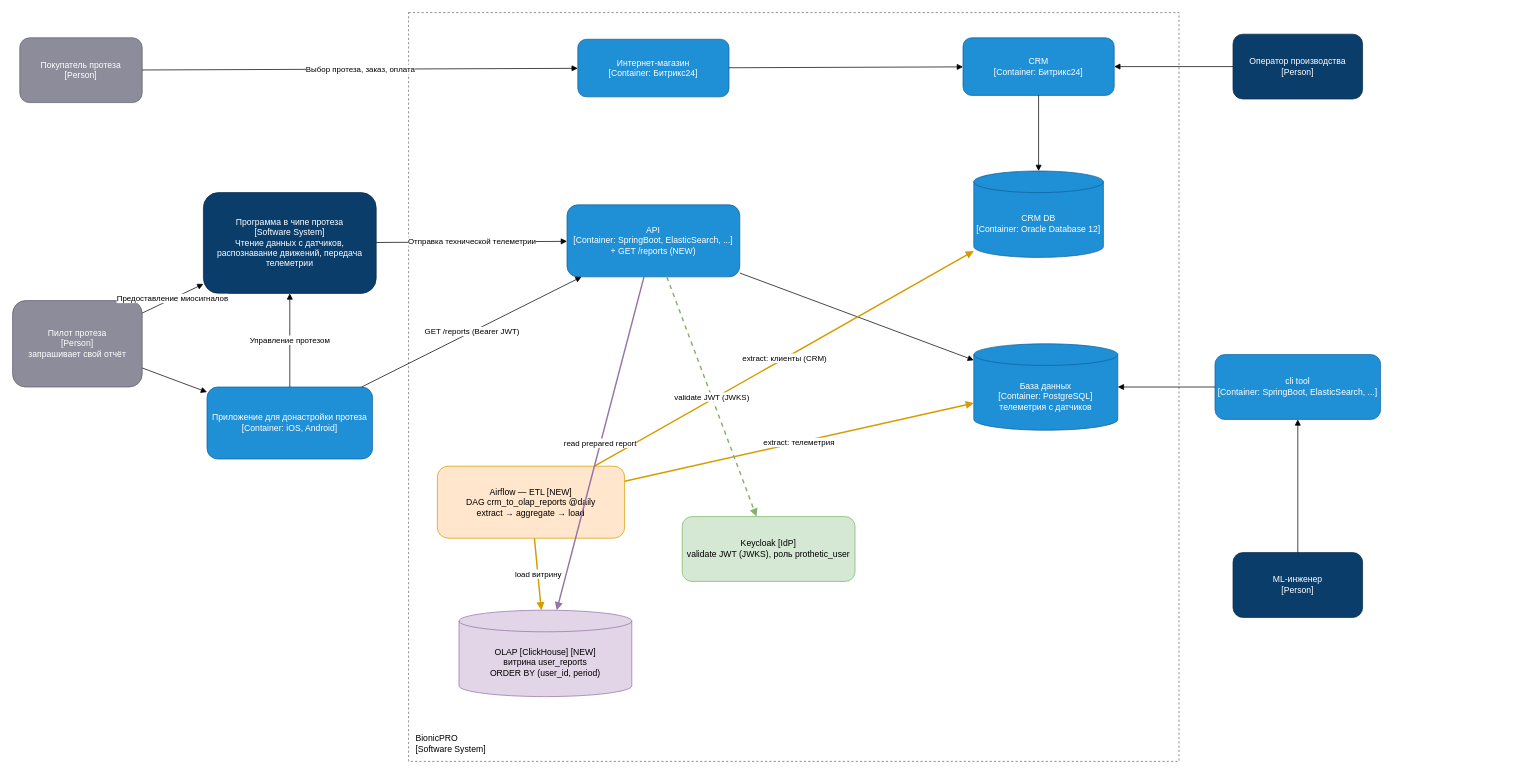
Before: docs/diagrams/reports-c4.drawio in SiritosKon/architecture-bionicpro, a draw.io diagram. Source tidied: cells renumbered, new cells numbered last; positions are measured from the earlier drawing's top-left corner, leaving out a move shared by most shapes. Both pictures are drawn from the tidied source at 72%, with x=0, y=0 at pixel (12, 12).
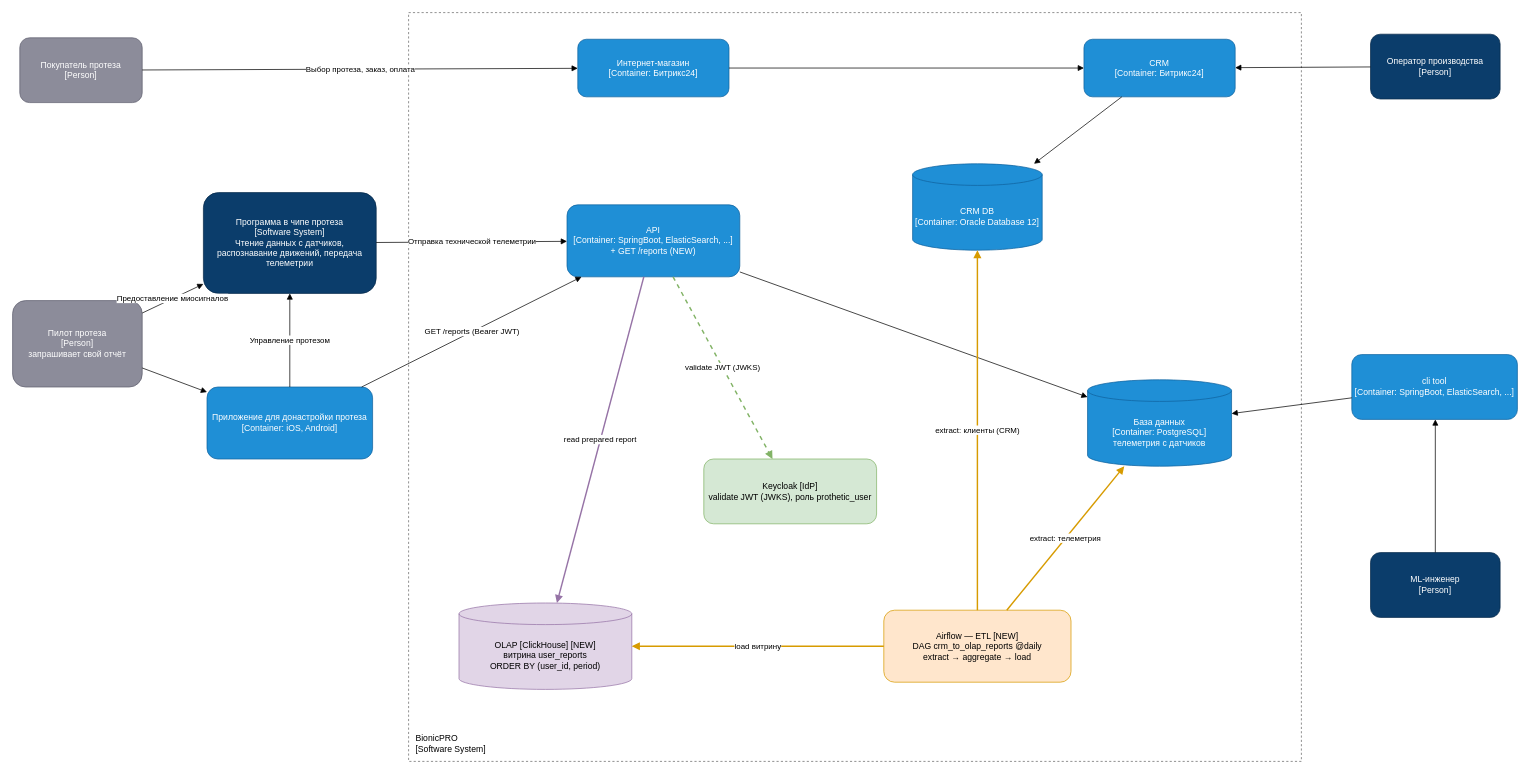
Above is the later version.

Diff of the diagram source:
```diff
@@
     <mxCell id="2" value="BionicPRO&#10;[Software System]" style="rounded=0;whiteSpace=wrap;html=1;dashed=1;fillColor=none;strokeColor=#666666;verticalAlign=bottom;align=left;fontSize=12;spacing=10;" parent="1" vertex="1">
-      <mxGeometry x="550" width="1070" height="1040" as="geometry" />
+      <mxGeometry x="550" width="1240" height="1040" as="geometry" />
     </mxCell>
@@
     <mxCell id="4" value="Оператор производства&#10;[Person]" style="rounded=1;whiteSpace=wrap;html=1;fillColor=#0b3d6b;strokeColor=#082a4a;fontColor=#ffffff;" parent="1" vertex="1">
-      <mxGeometry x="1695" y="30" width="180" height="90" as="geometry" />
+      <mxGeometry x="1886" y="30" width="180" height="90" as="geometry" />
     </mxCell>
@@
     <mxCell id="6" value="ML-инженер&#10;[Person]" style="rounded=1;whiteSpace=wrap;html=1;fillColor=#0b3d6b;strokeColor=#082a4a;fontColor=#ffffff;" parent="1" vertex="1">
-      <mxGeometry x="1695" y="750" width="180" height="90" as="geometry" />
+      <mxGeometry x="1886" y="750" width="180" height="90" as="geometry" />
     </mxCell>
@@
     <mxCell id="8" value="CRM&#10;[Container: Битрикс24]" style="rounded=1;whiteSpace=wrap;html=1;fillColor=#1f8fd6;strokeColor=#10629e;fontColor=#ffffff;" parent="1" vertex="1">
-      <mxGeometry x="1320" y="35" width="210" height="80" as="geometry" />
+      <mxGeometry x="1488" y="37" width="210" height="80" as="geometry" />
     </mxCell>
     <mxCell id="9" value="CRM DB&#10;[Container: Oracle Database 12]" style="shape=cylinder3;whiteSpace=wrap;html=1;boundedLbl=1;backgroundOutline=1;fillColor=#1f8fd6;strokeColor=#10629e;fontColor=#ffffff;" parent="1" vertex="1">
-      <mxGeometry x="1335" y="220" width="180" height="120" as="geometry" />
+      <mxGeometry x="1250" y="210" width="180" height="120" as="geometry" />
     </mxCell>
@@
     <mxCell id="13" value="База данных&#10;[Container: PostgreSQL]&#10;телеметрия с датчиков" style="shape=cylinder3;whiteSpace=wrap;html=1;boundedLbl=1;backgroundOutline=1;fillColor=#1f8fd6;strokeColor=#10629e;fontColor=#ffffff;" parent="1" vertex="1">
-      <mxGeometry x="1335" y="460" width="200" height="120" as="geometry" />
+      <mxGeometry x="1493" y="510" width="200" height="120" as="geometry" />
     </mxCell>
     <mxCell id="14" value="cli tool&#10;[Container: SpringBoot, ElasticSearch, ...]" style="rounded=1;whiteSpace=wrap;html=1;fillColor=#1f8fd6;strokeColor=#10629e;fontColor=#ffffff;" parent="1" vertex="1">
-      <mxGeometry x="1670" y="475" width="230" height="90" as="geometry" />
+      <mxGeometry x="1860" y="475" width="230" height="90" as="geometry" />
     </mxCell>
     <mxCell id="15" value="Airflow — ETL [NEW]&#10;DAG crm_to_olap_reports @daily&#10;extract → aggregate → load" style="rounded=1;whiteSpace=wrap;html=1;fillColor=#ffe6cc;strokeColor=#d79b00;fontColor=#000000;" parent="1" vertex="1">
-      <mxGeometry x="590" y="630" width="260" height="100" as="geometry" />
+      <mxGeometry x="1210" y="830" width="260" height="100" as="geometry" />
     </mxCell>
     <mxCell id="16" value="OLAP [ClickHouse] [NEW]&#10;витрина user_reports&#10;ORDER BY (user_id, period)" style="shape=cylinder3;whiteSpace=wrap;html=1;boundedLbl=1;backgroundOutline=1;fillColor=#e1d5e7;strokeColor=#9673a6;fontColor=#000000;" parent="1" vertex="1">
-      <mxGeometry x="620" y="830" width="240" height="120" as="geometry" />
+      <mxGeometry x="620" y="820" width="240" height="120" as="geometry" />
     </mxCell>
     <mxCell id="17" value="Keycloak [IdP]&#10;validate JWT (JWKS), роль prothetic_user" style="rounded=1;whiteSpace=wrap;html=1;fillColor=#d5e8d4;strokeColor=#82b366;fontColor=#000000;" parent="1" vertex="1">
-      <mxGeometry x="930" y="700" width="240" height="90" as="geometry" />
+      <mxGeometry x="960" y="620" width="240" height="90" as="geometry" />
     </mxCell>
@@
-    <mxCell id="29" style="endArrow=block;html=1;" parent="1" edge="1" source="6" target="14">
-      <mxGeometry relative="1" as="geometry" />
+    <mxCell id="29" style="endArrow=block;html=1;" parent="1" edge="1" source="6">
+      <mxGeometry relative="1" as="geometry">
+        <mxPoint x="1976" y="565" as="targetPoint" />
+      </mxGeometry>
     </mxCell>
```
